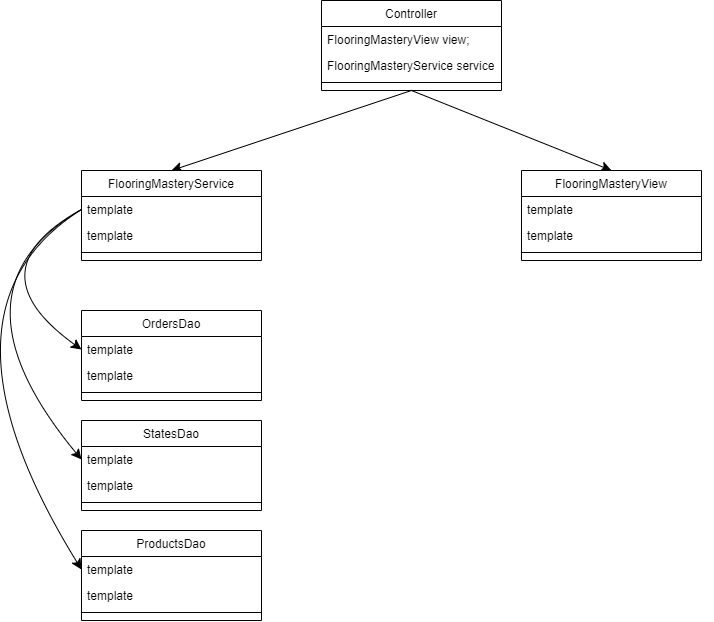
Earlier version of the draw.io export FlooringMasteryClassDiagram.drawio.png (winters828/winters828). Source tidied: cells renumbered, new cells last; positions are measured from the earlier drawing's top-left corner, leaving out a move shared by most shapes.
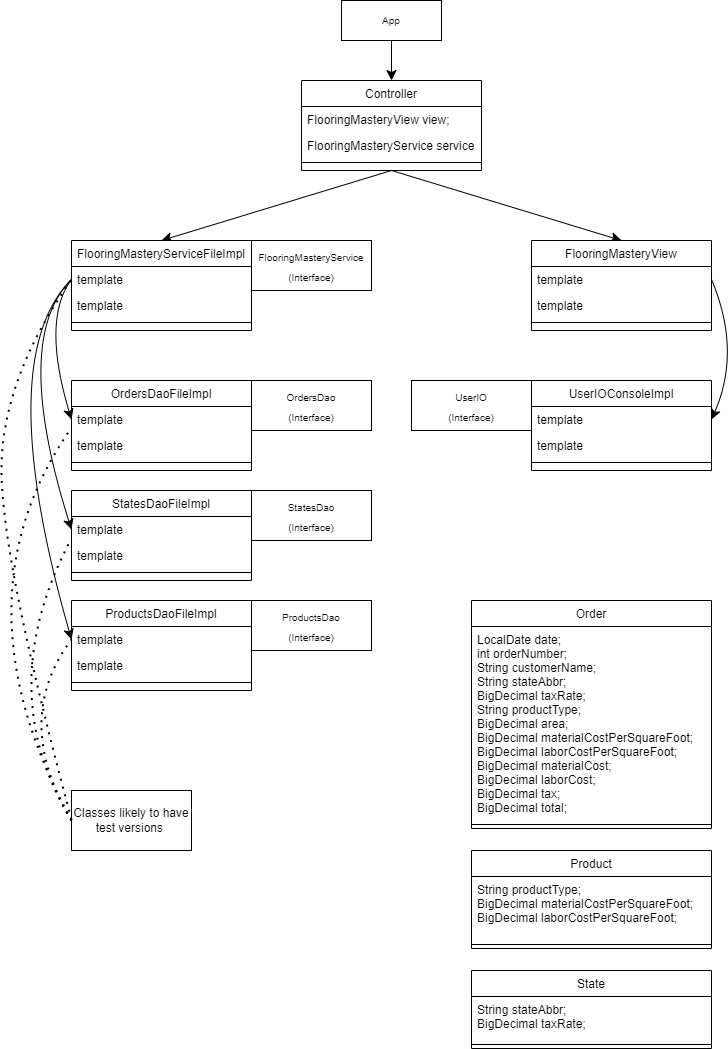
The same diagram one commit later.

What changed in the source:
```diff
@@ -9,7 +9,7 @@
       <mxGeometry relative="1" as="geometry" />
     </mxCell>
     <mxCell id="4" value="Controller" style="swimlane;fontStyle=0;align=center;verticalAlign=top;horizontal=1;startSize=26;rounded=0;shadow=0;strokeWidth=1;" parent="1" vertex="1">
-      <mxGeometry x="400" width="180" height="90" as="geometry" />
+      <mxGeometry x="390" y="10" width="180" height="90" as="geometry" />
     </mxCell>
     <mxCell id="5" value="FlooringMasteryView view;" style="text;align=left;verticalAlign=top;spacingLeft=4;spacingRight=4;overflow=hidden;points=[[0,0.5],[1,0.5]];portConstraint=eastwest;" parent="4" vertex="1">
       <mxGeometry y="26" width="180" height="26" as="geometry" />
@@ -23,7 +23,7 @@
     <mxCell id="8" style="edgeStyle=none;curved=1;rounded=0;orthogonalLoop=1;jettySize=auto;html=1;entryX=1;entryY=0.5;entryDx=0;entryDy=0;fontSize=12;startSize=8;endSize=8;" parent="4" edge="1" source="5" target="5">
       <mxGeometry relative="1" as="geometry" />
     </mxCell>
-    <mxCell id="9" value="FlooringMasteryService" style="swimlane;fontStyle=0;align=center;verticalAlign=top;horizontal=1;startSize=26;rounded=0;shadow=0;strokeWidth=1;" parent="1" vertex="1">
+    <mxCell id="9" value="FlooringMasteryServiceFileImpl" style="swimlane;fontStyle=0;align=center;verticalAlign=top;horizontal=1;startSize=26;rounded=0;shadow=0;strokeWidth=1;" parent="1" vertex="1">
       <mxGeometry x="160" y="170" width="180" height="90" as="geometry" />
     </mxCell>
     <mxCell id="10" value="template" style="text;align=left;verticalAlign=top;spacingLeft=4;spacingRight=4;overflow=hidden;points=[[0,0.5],[1,0.5]];portConstraint=eastwest;" parent="9" vertex="1">
@@ -39,7 +39,7 @@
       <mxGeometry relative="1" as="geometry" />
     </mxCell>
     <mxCell id="14" value="FlooringMasteryView" style="swimlane;fontStyle=0;align=center;verticalAlign=top;horizontal=1;startSize=26;rounded=0;shadow=0;strokeWidth=1;" parent="1" vertex="1">
-      <mxGeometry x="600" y="170" width="180" height="90" as="geometry" />
+      <mxGeometry x="620" y="170" width="180" height="90" as="geometry" />
     </mxCell>
     <mxCell id="15" value="template" style="text;align=left;verticalAlign=top;spacingLeft=4;spacingRight=4;overflow=hidden;points=[[0,0.5],[1,0.5]];portConstraint=eastwest;" parent="14" vertex="1">
       <mxGeometry y="26" width="180" height="26" as="geometry" />
@@ -53,7 +53,7 @@
     <mxCell id="18" style="edgeStyle=none;curved=1;rounded=0;orthogonalLoop=1;jettySize=auto;html=1;entryX=1;entryY=0.5;entryDx=0;entryDy=0;fontSize=12;startSize=8;endSize=8;" parent="14" edge="1" source="15" target="15">
       <mxGeometry relative="1" as="geometry" />
     </mxCell>
-    <mxCell id="19" value="OrdersDao" style="swimlane;fontStyle=0;align=center;verticalAlign=top;horizontal=1;startSize=26;rounded=0;shadow=0;strokeWidth=1;" parent="1" vertex="1">
+    <mxCell id="19" value="OrdersDaoFileImpl" style="swimlane;fontStyle=0;align=center;verticalAlign=top;horizontal=1;startSize=26;rounded=0;shadow=0;strokeWidth=1;" parent="1" vertex="1">
       <mxGeometry x="160" y="310" width="180" height="90" as="geometry" />
     </mxCell>
     <mxCell id="20" value="template" style="text;align=left;verticalAlign=top;spacingLeft=4;spacingRight=4;overflow=hidden;points=[[0,0.5],[1,0.5]];portConstraint=eastwest;" parent="19" vertex="1">
@@ -68,7 +68,7 @@
     <mxCell id="23" style="edgeStyle=none;curved=1;rounded=0;orthogonalLoop=1;jettySize=auto;html=1;entryX=1;entryY=0.5;entryDx=0;entryDy=0;fontSize=12;startSize=8;endSize=8;" parent="19" edge="1" source="20" target="20">
       <mxGeometry relative="1" as="geometry" />
     </mxCell>
-    <mxCell id="24" value="ProductsDao" style="swimlane;fontStyle=0;align=center;verticalAlign=top;horizontal=1;startSize=26;rounded=0;shadow=0;strokeWidth=1;" parent="1" vertex="1">
+    <mxCell id="24" value="ProductsDaoFileImpl" style="swimlane;fontStyle=0;align=center;verticalAlign=top;horizontal=1;startSize=26;rounded=0;shadow=0;strokeWidth=1;" parent="1" vertex="1">
       <mxGeometry x="160" y="530" width="180" height="90" as="geometry" />
     </mxCell>
     <mxCell id="25" value="template" style="text;align=left;verticalAlign=top;spacingLeft=4;spacingRight=4;overflow=hidden;points=[[0,0.5],[1,0.5]];portConstraint=eastwest;" parent="24" vertex="1">
@@ -83,7 +83,7 @@
     <mxCell id="28" style="edgeStyle=none;curved=1;rounded=0;orthogonalLoop=1;jettySize=auto;html=1;entryX=1;entryY=0.5;entryDx=0;entryDy=0;fontSize=12;startSize=8;endSize=8;" parent="24" edge="1" source="25" target="25">
       <mxGeometry relative="1" as="geometry" />
     </mxCell>
-    <mxCell id="29" value="StatesDao" style="swimlane;fontStyle=0;align=center;verticalAlign=top;horizontal=1;startSize=26;rounded=0;shadow=0;strokeWidth=1;" parent="1" vertex="1">
+    <mxCell id="29" value="StatesDaoFileImpl" style="swimlane;fontStyle=0;align=center;verticalAlign=top;horizontal=1;startSize=26;rounded=0;shadow=0;strokeWidth=1;" parent="1" vertex="1">
       <mxGeometry x="160" y="420" width="180" height="90" as="geometry" />
     </mxCell>
     <mxCell id="30" value="template" style="text;align=left;verticalAlign=top;spacingLeft=4;spacingRight=4;overflow=hidden;points=[[0,0.5],[1,0.5]];portConstraint=eastwest;" parent="29" vertex="1">
@@ -101,23 +101,135 @@
     <mxCell id="34" style="edgeStyle=none;curved=1;rounded=0;jettySize=auto;html=1;exitX=0;exitY=0.5;exitDx=0;exitDy=0;fontSize=12;startSize=8;endSize=8;entryX=0;entryY=0.5;entryDx=0;entryDy=0;" parent="1" edge="1" source="10" target="20">
       <mxGeometry relative="1" as="geometry">
         <Array as="points">
-          <mxPoint x="50" y="270" />
+          <mxPoint x="130" y="249" />
         </Array>
       </mxGeometry>
     </mxCell>
     <mxCell id="35" style="edgeStyle=none;curved=1;rounded=0;jettySize=auto;html=1;exitX=0;exitY=0.5;exitDx=0;exitDy=0;fontSize=12;startSize=8;endSize=8;entryX=0;entryY=0.5;entryDx=0;entryDy=0;" parent="1" edge="1" source="10" target="30">
       <mxGeometry relative="1" as="geometry">
         <Array as="points">
-          <mxPoint x="20" y="290" />
+          <mxPoint x="100" y="269" />
         </Array>
       </mxGeometry>
     </mxCell>
     <mxCell id="36" style="edgeStyle=none;curved=1;rounded=0;jettySize=auto;html=1;exitX=0;exitY=0.5;exitDx=0;exitDy=0;fontSize=12;startSize=8;endSize=8;entryX=0;entryY=0.5;entryDx=0;entryDy=0;" parent="1" edge="1" source="10" target="25">
       <mxGeometry relative="1" as="geometry">
         <Array as="points">
-          <mxPoint y="310" />
+          <mxPoint x="80" y="289" />
         </Array>
       </mxGeometry>
     </mxCell>
+    <mxCell id="37" value="&lt;span style=&quot;font-size: 10px;&quot;&gt;FlooringMasteryService&lt;br&gt;(Interface)&lt;br&gt;&lt;/span&gt;" style="rounded=0;whiteSpace=wrap;html=1;fontSize=16;" parent="1" vertex="1">
+      <mxGeometry x="340" y="170" width="120" height="50" as="geometry" />
+    </mxCell>
+    <mxCell id="38" value="&lt;span style=&quot;font-size: 10px;&quot;&gt;OrdersDao&lt;br&gt;(Interface)&lt;br&gt;&lt;/span&gt;" style="rounded=0;whiteSpace=wrap;html=1;fontSize=16;" parent="1" vertex="1">
+      <mxGeometry x="340" y="310" width="120" height="50" as="geometry" />
+    </mxCell>
+    <mxCell id="39" value="&lt;span style=&quot;font-size: 10px;&quot;&gt;StatesDao&lt;br&gt;(Interface)&lt;br&gt;&lt;/span&gt;" style="rounded=0;whiteSpace=wrap;html=1;fontSize=16;" parent="1" vertex="1">
+      <mxGeometry x="340" y="420" width="120" height="50" as="geometry" />
+    </mxCell>
+    <mxCell id="40" value="&lt;span style=&quot;font-size: 10px;&quot;&gt;ProductsDao&lt;br&gt;(Interface)&lt;br&gt;&lt;/span&gt;" style="rounded=0;whiteSpace=wrap;html=1;fontSize=16;" parent="1" vertex="1">
+      <mxGeometry x="340" y="530" width="120" height="50" as="geometry" />
+    </mxCell>
+    <mxCell id="41" value="UserIOConsoleImpl" style="swimlane;fontStyle=0;align=center;verticalAlign=top;horizontal=1;startSize=26;rounded=0;shadow=0;strokeWidth=1;" parent="1" vertex="1">
+      <mxGeometry x="620" y="310" width="180" height="90" as="geometry" />
+    </mxCell>
+    <mxCell id="42" value="template" style="text;align=left;verticalAlign=top;spacingLeft=4;spacingRight=4;overflow=hidden;points=[[0,0.5],[1,0.5]];portConstraint=eastwest;" parent="41" vertex="1">
+      <mxGeometry y="26" width="180" height="26" as="geometry" />
+    </mxCell>
+    <mxCell id="43" value="template" style="text;align=left;verticalAlign=top;spacingLeft=4;spacingRight=4;overflow=hidden;rounded=0;shadow=0;html=0;" parent="41" vertex="1">
+      <mxGeometry y="52" width="180" height="26" as="geometry" />
+    </mxCell>
+    <mxCell id="44" style="line;html=1;strokeWidth=1;align=left;verticalAlign=middle;spacingTop=-1;spacingLeft=3;spacingRight=3;labelPosition=right;" parent="41" vertex="1">
+      <mxGeometry y="78" width="180" height="8" as="geometry" />
+    </mxCell>
+    <mxCell id="45" style="edgeStyle=none;curved=1;rounded=0;orthogonalLoop=1;jettySize=auto;html=1;entryX=1;entryY=0.5;entryDx=0;entryDy=0;fontSize=12;startSize=8;endSize=8;" parent="41" edge="1" source="42" target="42">
+      <mxGeometry relative="1" as="geometry" />
+    </mxCell>
+    <mxCell id="46" style="edgeStyle=none;curved=1;rounded=0;jettySize=auto;html=1;exitX=1;exitY=0.5;exitDx=0;exitDy=0;fontSize=10;startSize=8;endSize=8;entryX=1;entryY=0.5;entryDx=0;entryDy=0;" parent="1" edge="1" source="15" target="42">
+      <mxGeometry relative="1" as="geometry">
+        <Array as="points">
+          <mxPoint x="830" y="280" />
+        </Array>
+      </mxGeometry>
+    </mxCell>
+    <mxCell id="47" value="&lt;span style=&quot;font-size: 10px;&quot;&gt;UserIO&lt;br&gt;(Interface)&lt;br&gt;&lt;/span&gt;" style="rounded=0;whiteSpace=wrap;html=1;fontSize=16;" parent="1" vertex="1">
+      <mxGeometry x="500" y="310" width="120" height="50" as="geometry" />
+    </mxCell>
+    <mxCell id="48" style="edgeStyle=none;curved=1;rounded=0;jettySize=auto;html=1;exitX=0.5;exitY=1;exitDx=0;exitDy=0;entryX=0.5;entryY=0;entryDx=0;entryDy=0;fontSize=10;startSize=8;endSize=8;" parent="1" edge="1" source="49" target="4">
+      <mxGeometry relative="1" as="geometry" />
+    </mxCell>
+    <mxCell id="49" value="App" style="rounded=0;whiteSpace=wrap;html=1;fontSize=10;" parent="1" vertex="1">
+      <mxGeometry x="430" y="-70" width="100" height="40" as="geometry" />
+    </mxCell>
+    <mxCell id="50" value="Order" style="swimlane;fontStyle=0;align=center;verticalAlign=top;horizontal=1;startSize=26;rounded=0;shadow=0;strokeWidth=1;" parent="1" vertex="1">
+      <mxGeometry x="560" y="530" width="240" height="228" as="geometry" />
+    </mxCell>
+    <mxCell id="51" value="LocalDate date;&#10;int orderNumber;&#10;String customerName;&#10;String stateAbbr;&#10;BigDecimal taxRate;&#10;String productType;&#10;BigDecimal area;&#10;BigDecimal materialCostPerSquareFoot;&#10;BigDecimal laborCostPerSquareFoot;&#10;BigDecimal materialCost;&#10;BigDecimal laborCost;&#10;BigDecimal tax;&#10;BigDecimal total;" style="text;align=left;verticalAlign=top;spacingLeft=4;spacingRight=4;overflow=hidden;points=[[0,0.5],[1,0.5]];portConstraint=eastwest;" parent="50" vertex="1">
+      <mxGeometry y="26" width="240" height="194" as="geometry" />
+    </mxCell>
+    <mxCell id="52" style="line;html=1;strokeWidth=1;align=left;verticalAlign=middle;spacingTop=-1;spacingLeft=3;spacingRight=3;labelPosition=right;" parent="50" vertex="1">
+      <mxGeometry y="220" width="240" height="8" as="geometry" />
+    </mxCell>
+    <mxCell id="53" style="edgeStyle=none;curved=1;rounded=0;orthogonalLoop=1;jettySize=auto;html=1;entryX=1;entryY=0.5;entryDx=0;entryDy=0;fontSize=12;startSize=8;endSize=8;" parent="50" edge="1" source="51" target="51">
+      <mxGeometry relative="1" as="geometry" />
+    </mxCell>
+    <mxCell id="54" value="Product" style="swimlane;fontStyle=0;align=center;verticalAlign=top;horizontal=1;startSize=26;rounded=0;shadow=0;strokeWidth=1;" parent="1" vertex="1">
+      <mxGeometry x="560" y="780" width="240" height="98" as="geometry" />
+    </mxCell>
+    <mxCell id="55" value="String productType;&#10;BigDecimal materialCostPerSquareFoot;&#10;BigDecimal laborCostPerSquareFoot;&#10;" style="text;align=left;verticalAlign=top;spacingLeft=4;spacingRight=4;overflow=hidden;points=[[0,0.5],[1,0.5]];portConstraint=eastwest;" parent="54" vertex="1">
+      <mxGeometry y="26" width="240" height="64" as="geometry" />
+    </mxCell>
+    <mxCell id="56" style="line;html=1;strokeWidth=1;align=left;verticalAlign=middle;spacingTop=-1;spacingLeft=3;spacingRight=3;labelPosition=right;" parent="54" vertex="1">
+      <mxGeometry y="90" width="240" height="8" as="geometry" />
+    </mxCell>
+    <mxCell id="57" style="edgeStyle=none;curved=1;rounded=0;orthogonalLoop=1;jettySize=auto;html=1;entryX=1;entryY=0.5;entryDx=0;entryDy=0;fontSize=12;startSize=8;endSize=8;" parent="54" edge="1" source="55" target="55">
+      <mxGeometry relative="1" as="geometry" />
+    </mxCell>
+    <mxCell id="58" value="State" style="swimlane;fontStyle=0;align=center;verticalAlign=top;horizontal=1;startSize=26;rounded=0;shadow=0;strokeWidth=1;" parent="1" vertex="1">
+      <mxGeometry x="560" y="900" width="240" height="78" as="geometry" />
+    </mxCell>
+    <mxCell id="59" value="String stateAbbr;&#10;BigDecimal taxRate;" style="text;align=left;verticalAlign=top;spacingLeft=4;spacingRight=4;overflow=hidden;points=[[0,0.5],[1,0.5]];portConstraint=eastwest;" parent="58" vertex="1">
+      <mxGeometry y="26" width="240" height="44" as="geometry" />
+    </mxCell>
+    <mxCell id="60" style="line;html=1;strokeWidth=1;align=left;verticalAlign=middle;spacingTop=-1;spacingLeft=3;spacingRight=3;labelPosition=right;" parent="58" vertex="1">
+      <mxGeometry y="70" width="240" height="8" as="geometry" />
+    </mxCell>
+    <mxCell id="61" style="edgeStyle=none;curved=1;rounded=0;orthogonalLoop=1;jettySize=auto;html=1;entryX=1;entryY=0.5;entryDx=0;entryDy=0;fontSize=12;startSize=8;endSize=8;" parent="58" edge="1" source="59" target="59">
+      <mxGeometry relative="1" as="geometry" />
+    </mxCell>
+    <mxCell id="62" style="endArrow=none;dashed=1;html=1;dashPattern=1 3;strokeWidth=2;rounded=0;fontSize=10;startSize=8;endSize=8;curved=1;entryX=0;entryY=0.5;entryDx=0;entryDy=0;exitX=0;exitY=0.5;exitDx=0;exitDy=0;" parent="1" edge="1" source="63" target="25">
+      <mxGeometry relative="1" as="geometry">
+        <Array as="points">
+          <mxPoint x="100" y="649" />
+        </Array>
+      </mxGeometry>
+    </mxCell>
+    <mxCell id="63" value="&lt;span style=&quot;font-size: 12px;&quot;&gt;Classes likely to have&lt;br&gt;test versions&amp;nbsp;&lt;br&gt;&lt;/span&gt;" style="rounded=0;whiteSpace=wrap;html=1;fontSize=10;" parent="1" vertex="1">
+      <mxGeometry x="160" y="720" width="120" height="60" as="geometry" />
+    </mxCell>
+    <mxCell id="64" style="endArrow=none;dashed=1;html=1;dashPattern=1 3;strokeWidth=2;rounded=0;fontSize=12;startSize=8;endSize=8;curved=1;entryX=-0.002;entryY=-0.132;entryDx=0;entryDy=0;entryPerimeter=0;exitX=0;exitY=0.5;exitDx=0;exitDy=0;" parent="1" edge="1" source="63" target="31">
+      <mxGeometry relative="1" as="geometry">
+        <Array as="points">
+          <mxPoint x="80" y="619" />
+        </Array>
+      </mxGeometry>
+    </mxCell>
+    <mxCell id="65" style="endArrow=none;dashed=1;html=1;dashPattern=1 3;strokeWidth=2;rounded=0;fontSize=12;startSize=8;endSize=8;curved=1;entryX=-0.002;entryY=-0.165;entryDx=0;entryDy=0;entryPerimeter=0;exitX=0;exitY=0.5;exitDx=0;exitDy=0;" parent="1" edge="1" source="63" target="21">
+      <mxGeometry relative="1" as="geometry">
+        <Array as="points">
+          <mxPoint x="40" y="529" />
+        </Array>
+      </mxGeometry>
+    </mxCell>
+    <mxCell id="66" style="endArrow=none;dashed=1;html=1;dashPattern=1 3;strokeWidth=2;rounded=0;fontSize=12;startSize=8;endSize=8;curved=1;entryX=0;entryY=0.5;entryDx=0;entryDy=0;" parent="1" edge="1" target="10">
+      <mxGeometry relative="1" as="geometry">
+        <mxPoint x="160" y="749" as="sourcePoint" />
+        <Array as="points">
+          <mxPoint x="90" y="489" />
+          <mxPoint x="90" y="309" />
+        </Array>
+      </mxGeometry>
+    </mxCell>
   </root>
 </mxGraphModel>
```
